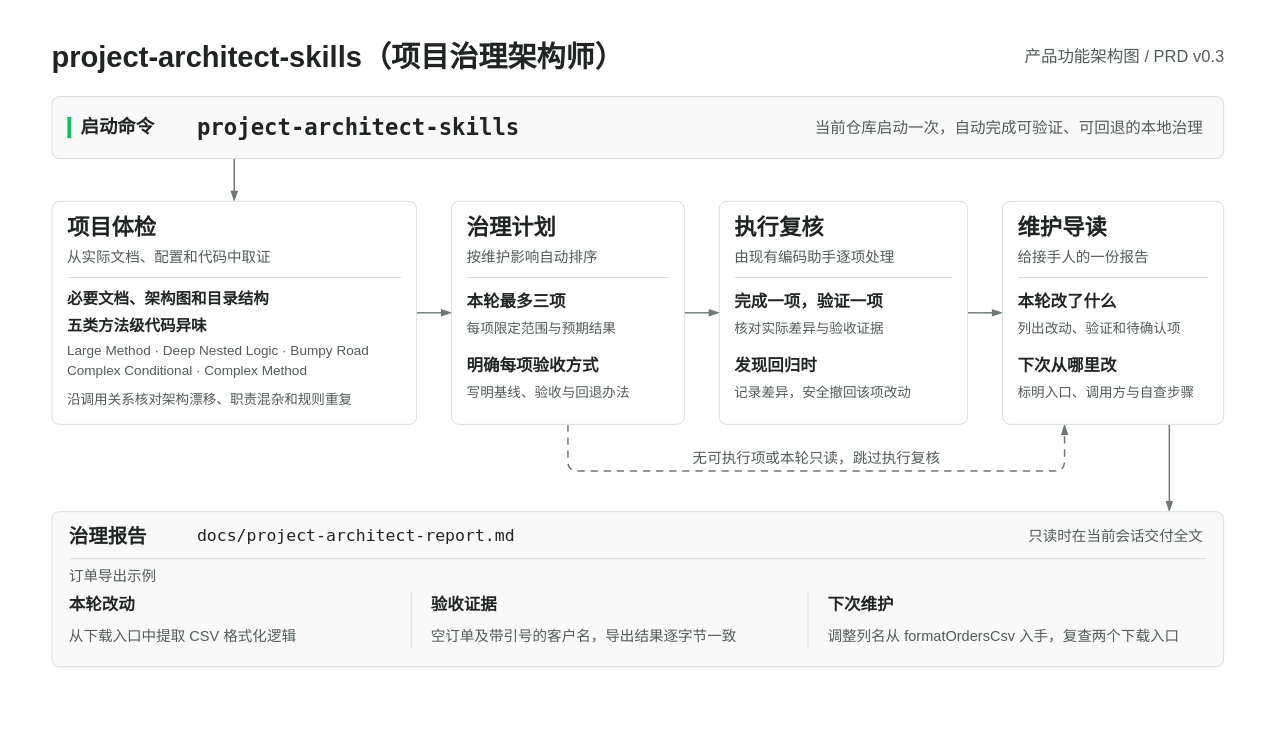
cabbage2000-lab/project-architect-skills keeps this draw.io diagram as docs/diagrams/product-functional-architecture.drawio. Above is the earlier version. Source tidied: cells renumbered, new cells numbered last; positions are measured from the earlier drawing's top-left corner, leaving out a move shared by most shapes. Both pictures are drawn from the tidied source at 97%, with x=0, y=0 at pixel (16, 16).
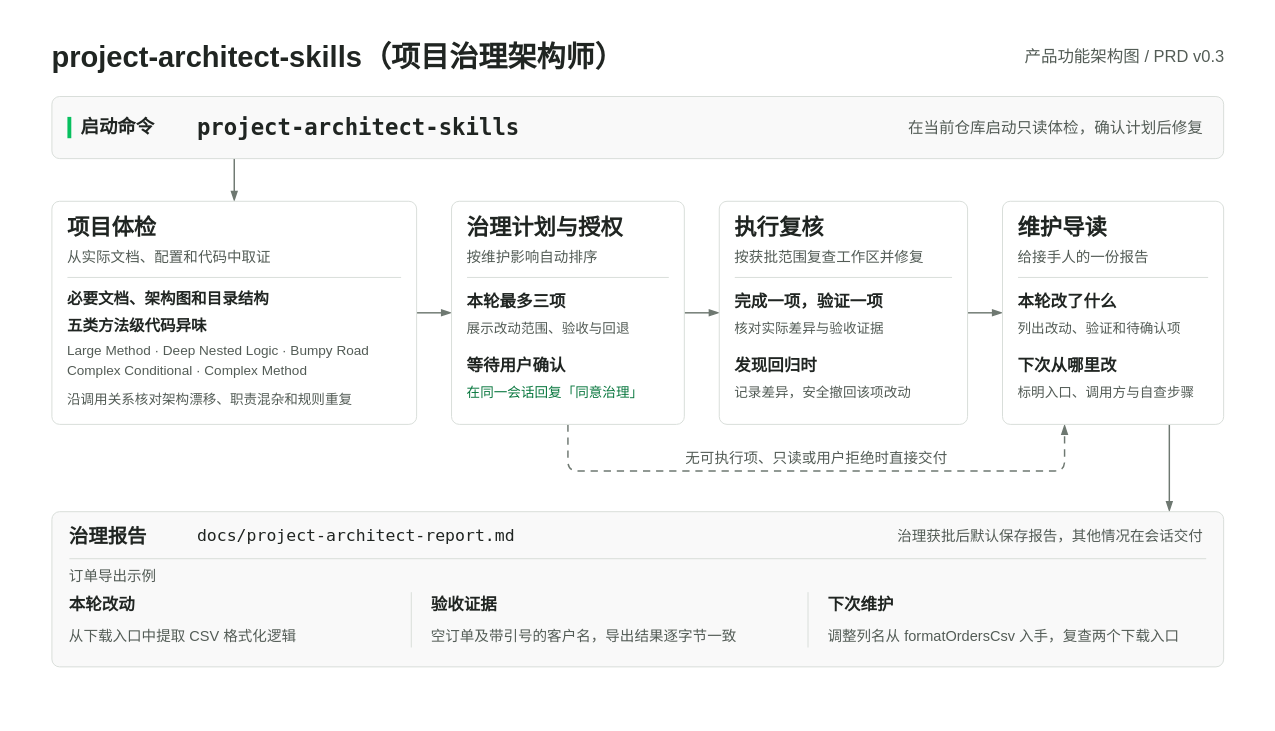
The same diagram, later.

Unchanged cells that the change refers to:
```xml
<mxCell id="2" style="rounded=0;absoluteArcSize=1;arcSize=0;fillColor=#FFFFFF;strokeColor=none;strokeWidth=1;shadow=0;html=1;whiteSpace=nowrap;" parent="1" vertex="1">
  <mxGeometry width="1280" height="720" as="geometry" />
</mxCell>
<mxCell id="11" style="rounded=1;absoluteArcSize=1;arcSize=16;strokeWidth=1;html=1;fillColor=#F9F9F9;strokeColor=#D8DDD9;" parent="2" vertex="1">
  <mxGeometry x="36" y="82" width="1208" height="64" as="geometry" />
</mxCell>
<mxCell id="25" style="rounded=1;absoluteArcSize=1;arcSize=16;strokeWidth=1;html=1;fillColor=#FFFFFF;strokeColor=#D8DDD9;" parent="2" vertex="1">
  <mxGeometry x="448" y="190" width="240" height="230" as="geometry" />
</mxCell>
<mxCell id="33" style="rounded=1;absoluteArcSize=1;arcSize=16;strokeWidth=1;html=1;fillColor=#FFFFFF;strokeColor=#D8DDD9;" parent="2" vertex="1">
  <mxGeometry x="724" y="190" width="256" height="230" as="geometry" />
</mxCell>
<mxCell id="41" style="rounded=1;absoluteArcSize=1;arcSize=16;strokeWidth=1;html=1;fillColor=#FFFFFF;strokeColor=#D8DDD9;" parent="2" vertex="1">
  <mxGeometry x="1016" y="190" width="228" height="230" as="geometry" />
</mxCell>
<mxCell id="49" style="rounded=1;absoluteArcSize=1;arcSize=16;strokeWidth=1;html=1;fillColor=#F9F9F9;strokeColor=#D8DDD9;" parent="2" vertex="1">
  <mxGeometry x="36" y="510" width="1208" height="160" as="geometry" />
</mxCell>
```

The edit, as a diff of the source:
```diff
@@
-    <mxCell id="9" value="无可执行项或本轮只读，跳过执行复核" style="edgeStyle=orthogonalEdgeStyle;rounded=1;jettySize=auto;html=1;exitX=0.5000000000;exitY=1;exitDx=0;exitDy=0;entryX=0.2807017544;entryY=1;entryDx=0;entryDy=0;strokeColor=#6E7871;strokeWidth=1.5;endArrow=blockThin;endFill=1;endSize=7;fontFamily=PingFang SC;fontSize=15;fontColor=#535C56;labelBackgroundColor=#FFFFFF;dashed=1;dashPattern=5 4;" parent="2" edge="1" source="25" target="41">
+    <mxCell id="9" value="无可执行项、只读或用户拒绝时直接交付" style="edgeStyle=orthogonalEdgeStyle;rounded=1;jettySize=auto;html=1;exitX=0.5000000000;exitY=1;exitDx=0;exitDy=0;entryX=0.2807017544;entryY=1;entryDx=0;entryDy=0;strokeColor=#6E7871;strokeWidth=1.5;endArrow=blockThin;endFill=1;endSize=7;fontFamily=PingFang SC;fontSize=15;fontColor=#535C56;labelBackgroundColor=#FFFFFF;dashed=1;dashPattern=5 4;" parent="2" edge="1" source="25" target="41">
       <mxGeometry relative="1" as="geometry">
         <Array as="points">
           <mxPoint x="568" y="468" />
           <mxPoint x="1080" y="468" />
         </Array>
         <mxPoint y="-14" as="offset" />
       </mxGeometry>
     </mxCell>
@@
-    <mxCell id="15" value="当前仓库启动一次，自动完成可验证、可回退的本地治理" style="text;html=1;whiteSpace=nowrap;fillColor=none;strokeColor=none;fontFamily=PingFang SC;fontSize=16;fontColor=#535C56;fontStyle=0;align=right;verticalAlign=middle;spacing=0;spacingTop=0;spacingBottom=0;spacingLeft=0;spacingRight=0;" parent="11" vertex="1">
+    <mxCell id="15" value="在当前仓库启动只读体检，确认计划后修复" style="text;html=1;whiteSpace=nowrap;fillColor=none;strokeColor=none;fontFamily=PingFang SC;fontSize=16;fontColor=#535C56;fontStyle=0;align=right;verticalAlign=middle;spacing=0;spacingTop=0;spacingBottom=0;spacingLeft=0;spacingRight=0;" parent="11" vertex="1">
       <mxGeometry x="557" y="12" width="629" height="40" as="geometry" />
     </mxCell>
@@
-    <mxCell id="26" value="治理计划" style="text;html=1;whiteSpace=nowrap;fillColor=none;strokeColor=none;fontFamily=PingFang SC;fontSize=23;fontColor=#202522;fontStyle=1;align=left;verticalAlign=middle;spacing=0;spacingTop=0;spacingBottom=0;spacingLeft=0;spacingRight=0;" parent="25" vertex="1">
+    <mxCell id="26" value="治理计划与授权" style="text;html=1;whiteSpace=nowrap;fillColor=none;strokeColor=none;fontFamily=PingFang SC;fontSize=23;fontColor=#202522;fontStyle=1;align=left;verticalAlign=middle;spacing=0;spacingTop=0;spacingBottom=0;spacingLeft=0;spacingRight=0;" parent="25" vertex="1">
       <mxGeometry x="16" y="10" width="208" height="34" as="geometry" />
     </mxCell>
@@
-    <mxCell id="30" value="每项限定范围与预期结果" style="text;html=1;whiteSpace=nowrap;fillColor=none;strokeColor=none;fontFamily=PingFang SC;fontSize=14;fontColor=#535C56;fontStyle=0;align=left;verticalAlign=middle;spacing=0;spacingTop=0;spacingBottom=0;spacingLeft=0;spacingRight=0;" parent="25" vertex="1">
+    <mxCell id="30" value="展示改动范围、验收与回退" style="text;html=1;whiteSpace=nowrap;fillColor=none;strokeColor=none;fontFamily=PingFang SC;fontSize=14;fontColor=#535C56;fontStyle=0;align=left;verticalAlign=middle;spacing=0;spacingTop=0;spacingBottom=0;spacingLeft=0;spacingRight=0;" parent="25" vertex="1">
       <mxGeometry x="16" y="119" width="208" height="23" as="geometry" />
     </mxCell>
-    <mxCell id="31" value="明确每项验收方式" style="text;html=1;whiteSpace=nowrap;fillColor=none;strokeColor=none;fontFamily=PingFang SC;fontSize=17;fontColor=#202522;fontStyle=1;align=left;verticalAlign=middle;spacing=0;spacingTop=0;spacingBottom=0;spacingLeft=0;spacingRight=0;" parent="25" vertex="1">
+    <mxCell id="31" value="等待用户确认" style="text;html=1;whiteSpace=nowrap;fillColor=none;strokeColor=none;fontFamily=PingFang SC;fontSize=17;fontColor=#202522;fontStyle=1;align=left;verticalAlign=middle;spacing=0;spacingTop=0;spacingBottom=0;spacingLeft=0;spacingRight=0;" parent="25" vertex="1">
       <mxGeometry x="16" y="158" width="208" height="24" as="geometry" />
     </mxCell>
-    <mxCell id="32" value="写明基线、验收与回退办法" style="text;html=1;whiteSpace=nowrap;fillColor=none;strokeColor=none;fontFamily=PingFang SC;fontSize=14;fontColor=#535C56;fontStyle=0;align=left;verticalAlign=middle;spacing=0;spacingTop=0;spacingBottom=0;spacingLeft=0;spacingRight=0;" parent="25" vertex="1">
+    <mxCell id="32" value="在同一会话回复「同意治理」" style="text;html=1;whiteSpace=nowrap;fillColor=none;strokeColor=none;fontFamily=PingFang SC;fontSize=14;fontColor=#08773E;fontStyle=0;align=left;verticalAlign=middle;spacing=0;spacingTop=0;spacingBottom=0;spacingLeft=0;spacingRight=0;" parent="25" vertex="1">
       <mxGeometry x="16" y="185" width="208" height="23" as="geometry" />
     </mxCell>
@@
-    <mxCell id="35" value="由现有编码助手逐项处理" style="text;html=1;whiteSpace=nowrap;fillColor=none;strokeColor=none;fontFamily=PingFang SC;fontSize=15;fontColor=#535C56;fontStyle=0;align=left;verticalAlign=middle;spacing=0;spacingTop=0;spacingBottom=0;spacingLeft=0;spacingRight=0;" parent="33" vertex="1">
+    <mxCell id="35" value="按获批范围复查工作区并修复" style="text;html=1;whiteSpace=nowrap;fillColor=none;strokeColor=none;fontFamily=PingFang SC;fontSize=15;fontColor=#535C56;fontStyle=0;align=left;verticalAlign=middle;spacing=0;spacingTop=0;spacingBottom=0;spacingLeft=0;spacingRight=0;" parent="33" vertex="1">
       <mxGeometry x="16" y="46" width="224" height="22" as="geometry" />
     </mxCell>
@@
-    <mxCell id="52" value="只读时在当前会话交付全文" style="text;html=1;whiteSpace=nowrap;fillColor=none;strokeColor=none;fontFamily=PingFang SC;fontSize=15;fontColor=#535C56;fontStyle=0;align=right;verticalAlign=middle;spacing=0;spacingTop=0;spacingBottom=0;spacingLeft=0;spacingRight=0;" parent="49" vertex="1">
+    <mxCell id="52" value="治理获批后默认保存报告，其他情况在会话交付" style="text;html=1;whiteSpace=nowrap;fillColor=none;strokeColor=none;fontFamily=PingFang SC;fontSize=15;fontColor=#535C56;fontStyle=0;align=right;verticalAlign=middle;spacing=0;spacingTop=0;spacingBottom=0;spacingLeft=0;spacingRight=0;" parent="49" vertex="1">
       <mxGeometry x="650" y="10" width="536" height="30" as="geometry" />
     </mxCell>
```
